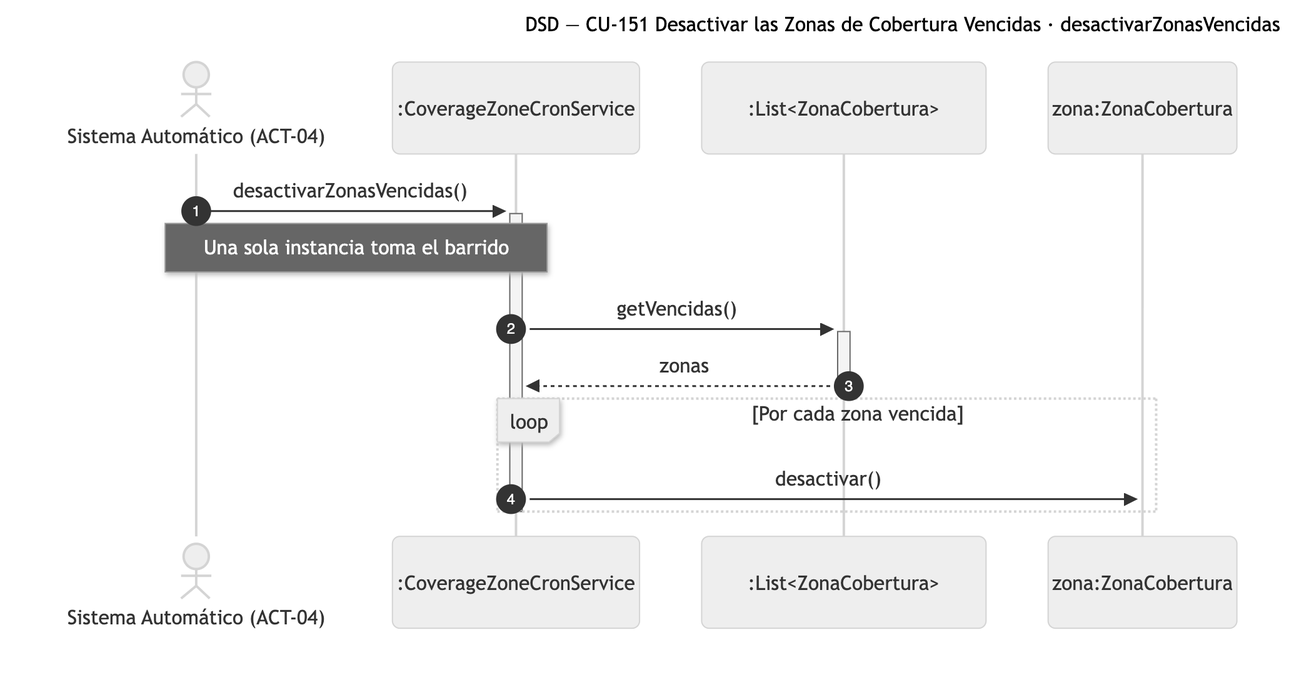
Before: diagramas/png/DSD_CU-151_desactivarZonasVencidas.png, a diagram exported from Mermaid (Nahuelito-Dev/splg-docs). Its source is kept beside it as diagramas/DSD_CU-151_desactivarZonasVencidas.mmd.
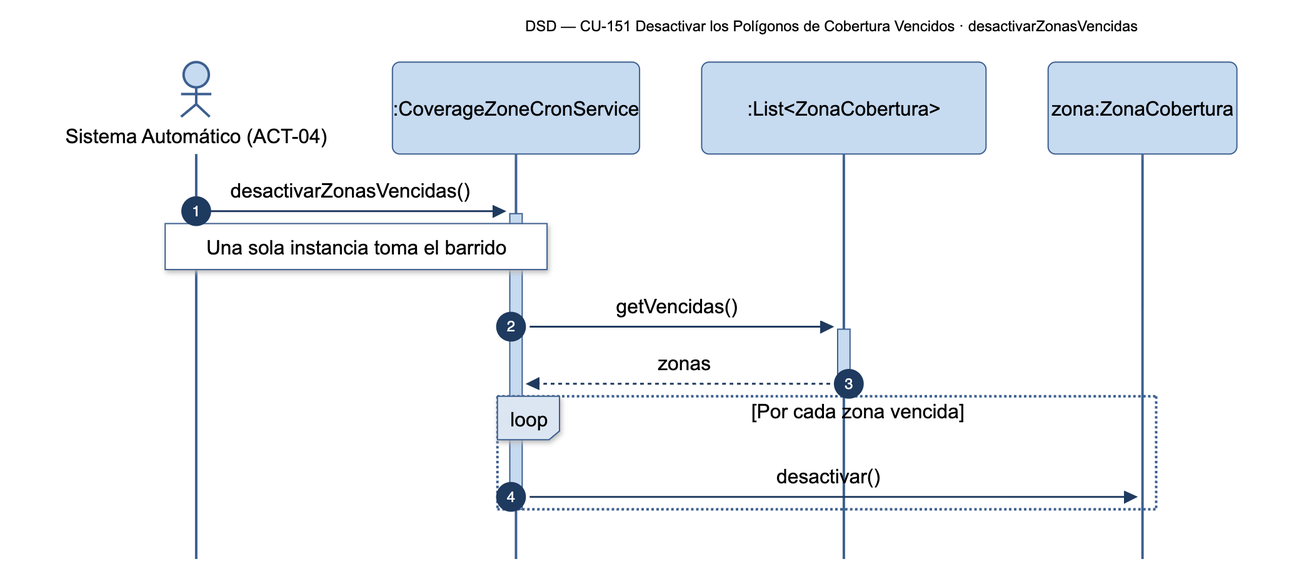
After the change.

What changed in the source:
```diff
@@ -1,5 +1,5 @@
 sequenceDiagram
-    title DSD — CU-151 Desactivar las Zonas de Cobertura Vencidas · desactivarZonasVencidas
+    title DSD — CU-151 Desactivar los Polígonos de Cobertura Vencidos · desactivarZonasVencidas
     autonumber
     actor SIS as Sistema Automático (ACT-04)
     participant SRV as :CoverageZoneCronService
```
